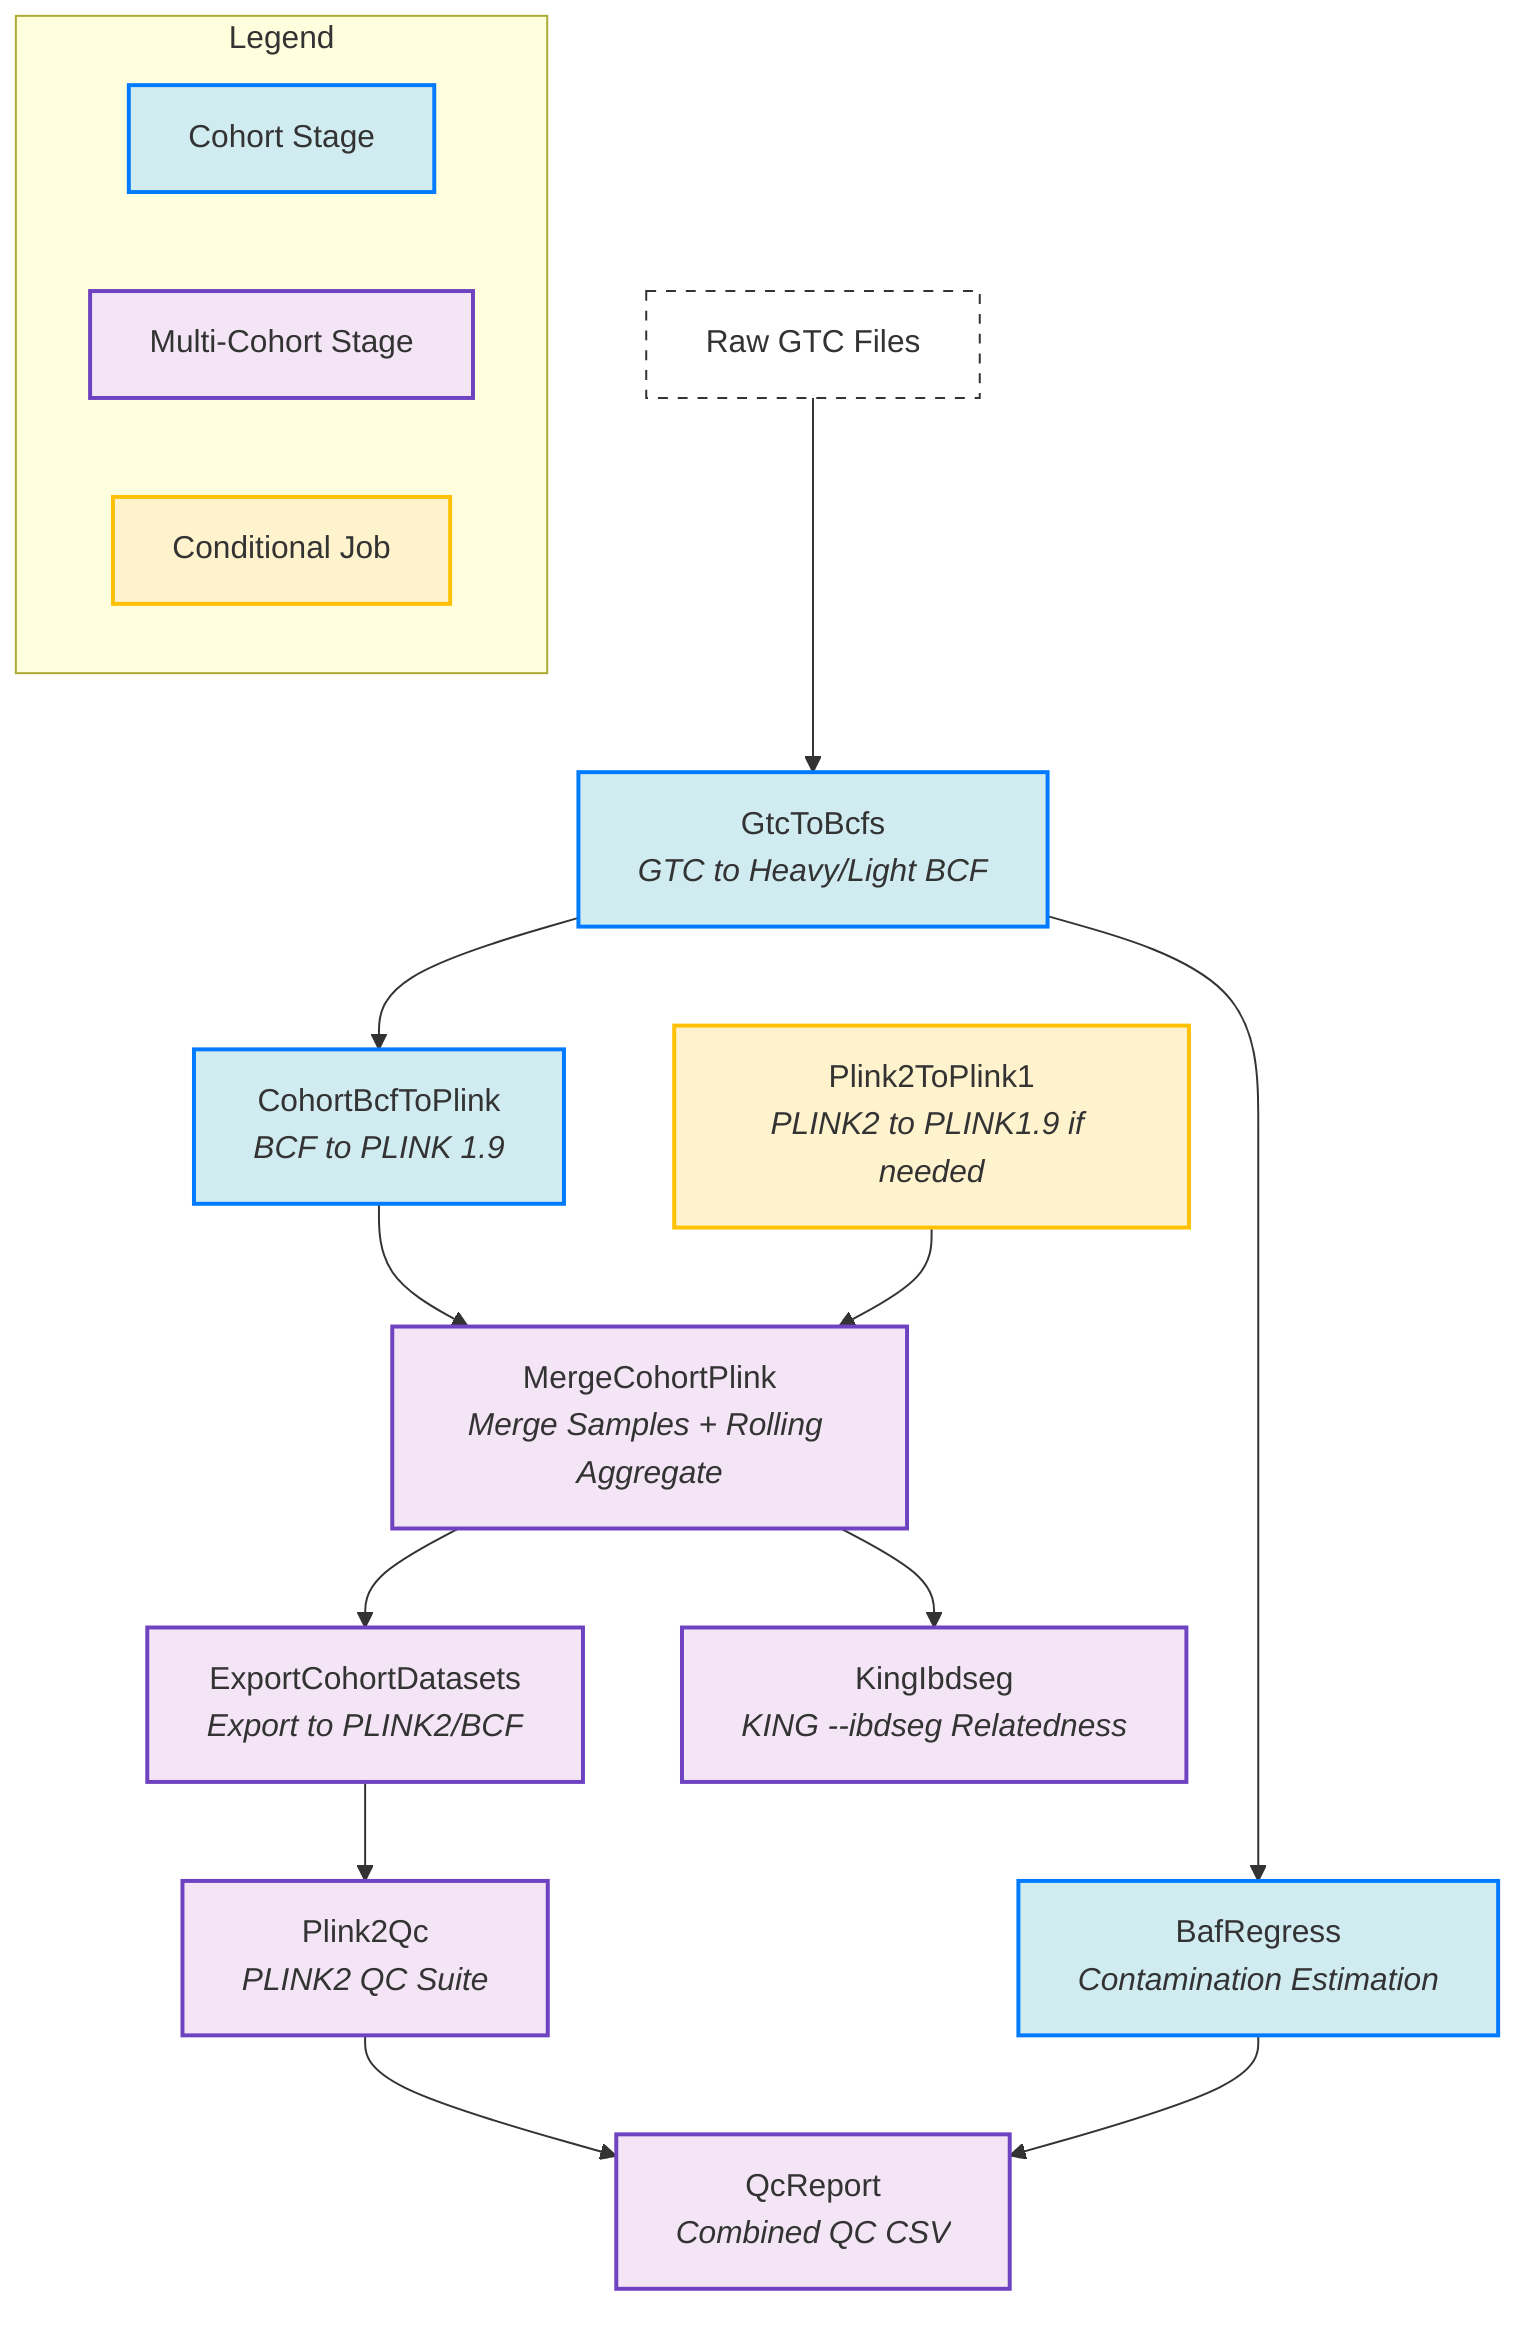
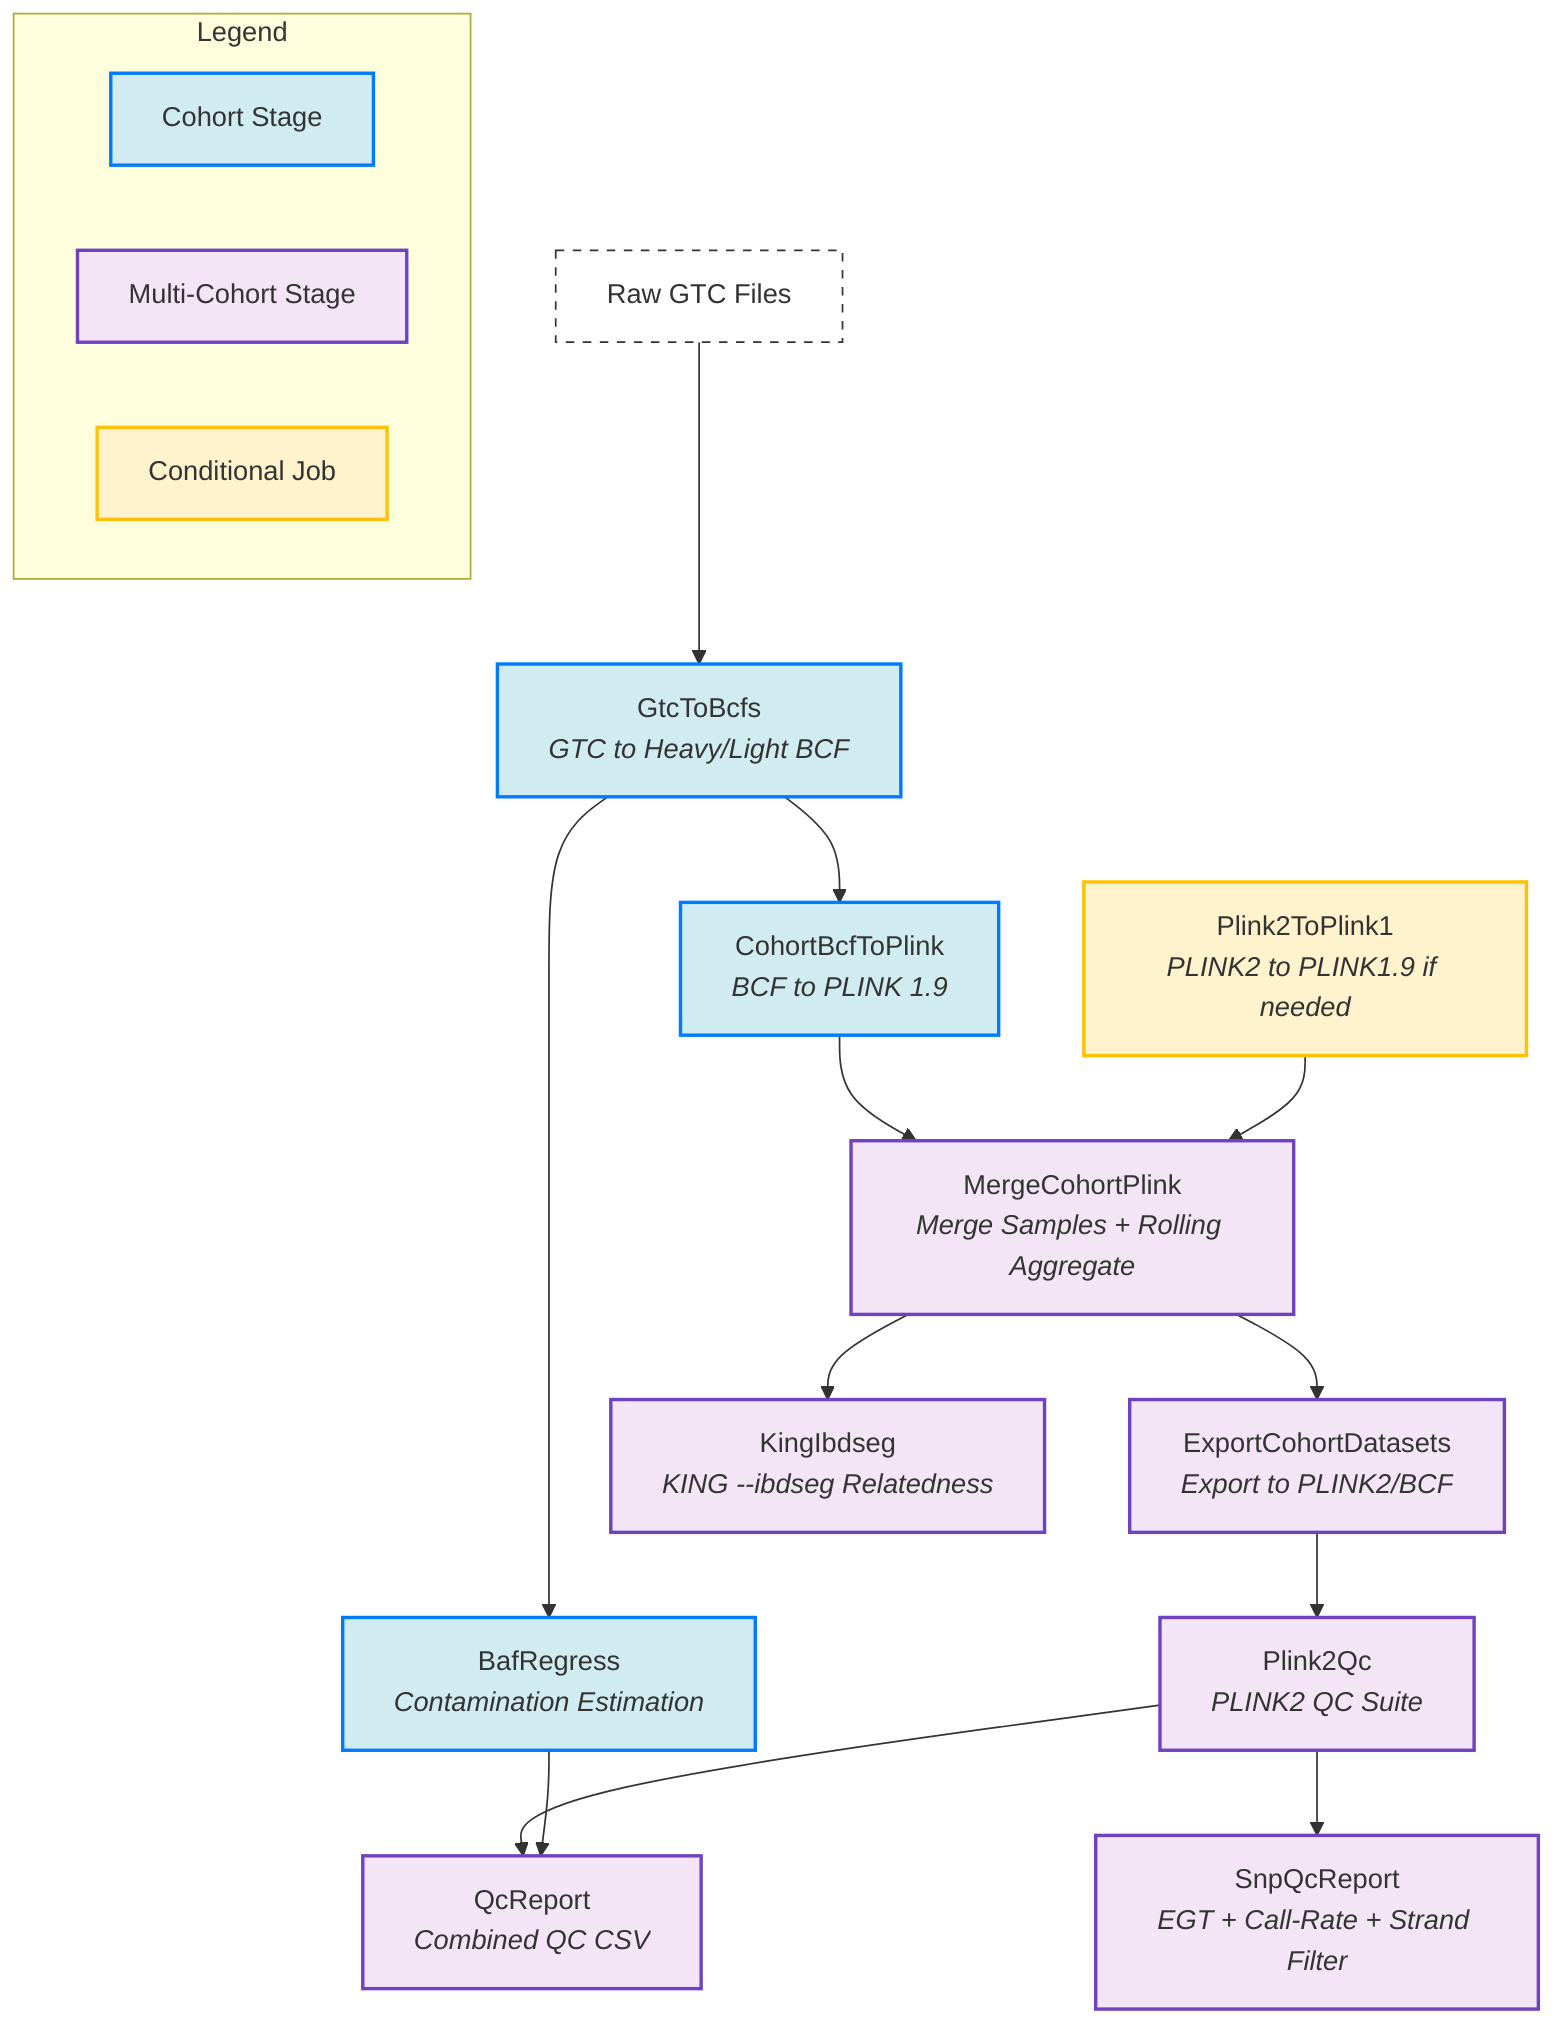
graph TD
    subgraph Legend
        direction LR
        L1[Cohort Stage]:::cohort
        L2[Multi-Cohort Stage]:::multicohort
        L3[Conditional Job]:::conditional
    end

    %% DAG Structure
    GTC[Raw GTC Files]:::data --> GtoB[GtcToBcfs<br/><i>GTC to Heavy/Light BCF</i>]:::cohort
    GtoB --> BAF[BafRegress<br/><i>Contamination Estimation</i>]:::cohort
    GtoB --> BtoP[CohortBcfToPlink<br/><i>BCF to PLINK 1.9</i>]:::cohort
    BtoP --> MCP[MergeCohortPlink<br/><i>Merge Samples + Rolling Aggregate</i>]:::multicohort
    P2P1[Plink2ToPlink1<br/><i>PLINK2 to PLINK1.9 if needed</i>]:::conditional --> MCP
    MCP --> ECD[ExportCohortDatasets<br/><i>Export to PLINK2/BCF</i>]:::multicohort
    MCP --> KING[KingIbdseg<br/><i>KING --ibdseg Relatedness</i>]:::multicohort
    ECD --> QC[Plink2Qc<br/><i>PLINK2 QC Suite</i>]:::multicohort
+     QC --> SNP[SnpQcReport<br/><i>EGT + Call-Rate + Strand Filter</i>]:::multicohort
    QC --> QR[QcReport<br/><i>Combined QC CSV</i>]:::multicohort
    BAF --> QR

    %% Component styling
    classDef cohort fill:#d1ecf1,stroke:#007bff,stroke-width:2px;
    classDef multicohort fill:#f3e5f5,stroke:#6f42c1,stroke-width:2px;
    classDef conditional fill:#fff3cd,stroke:#ffc107,stroke-width:2px;
    classDef data fill:#fff,stroke:#333,stroke-dasharray: 5 5;

    %% Explicit classes
    class GtoB,BAF,BtoP cohort;
-     class MCP,ECD,QC,KING,QR multicohort;
+     class MCP,ECD,QC,KING,QR,SNP multicohort;
    class P2P1 conditional;
